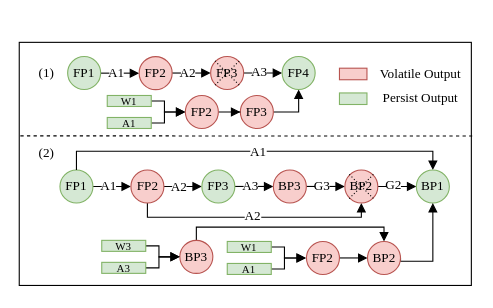
Earlier version of the draw.io diagram fig/recovery.drawio (icszhr/NCheck). Source tidied: cells renumbered, new cells numbered last; positions are measured from the earlier drawing's top-left corner, leaving out a move shared by most shapes. Both pictures are drawn from the tidied source at 110%, with x=0, y=0 at pixel (19, 42).
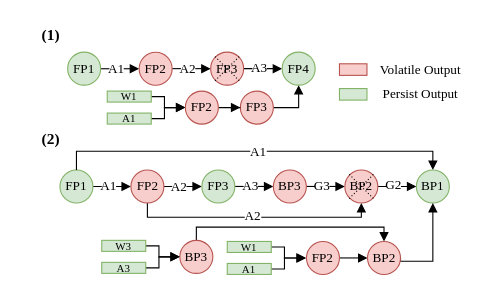
The same diagram, later.

Change to the diagram source:
```diff
@@
-    <mxCell id="2" style="rounded=0;whiteSpace=wrap;html=1;arcSize=6;strokeWidth=1;fontFamily=Times New Roman;" parent="1" vertex="1">
-      <mxGeometry width="411" height="221" as="geometry" />
-    </mxCell>
@@
     <mxCell id="4" value="FP3" style="ellipse;whiteSpace=wrap;html=1;fillColor=#f8cecc;strokeColor=#b85450;fontFamily=Times New Roman;" parent="1" vertex="1">
-      <mxGeometry x="201" y="48.3" width="30" height="30" as="geometry" />
+      <mxGeometry x="201" y="44.3" width="30" height="30" as="geometry" />
     </mxCell>
     <mxCell id="5" style="edgeStyle=orthogonalEdgeStyle;rounded=0;jettySize=auto;html=1;entryX=0;entryY=0.5;entryDx=0;entryDy=0;endArrow=block;endFill=1;fontFamily=Times New Roman;" parent="1" edge="1" source="6">
       <mxGeometry relative="1" as="geometry">
-        <mxPoint x="151" y="63.3" as="targetPoint" />
+        <mxPoint x="151" y="59.3" as="targetPoint" />
         <Array as="points">
-          <mxPoint x="132" y="53.3" />
-          <mxPoint x="132" y="63.3" />
+          <mxPoint x="132" y="49.3" />
+          <mxPoint x="132" y="59.3" />
         </Array>
       </mxGeometry>
     </mxCell>
     <mxCell id="6" value="&lt;p style=&quot;line-height: 100%;&quot;&gt;&lt;font style=&quot;font-size: 10px;&quot;&gt;W1&lt;/font&gt;&lt;/p&gt;" style="rounded=0;whiteSpace=wrap;html=1;align=center;fillColor=#d5e8d4;strokeColor=#82b366;fontFamily=Times New Roman;" parent="1" vertex="1">
-      <mxGeometry x="80" y="48.3" width="40" height="10" as="geometry" />
+      <mxGeometry x="80" y="44.3" width="40" height="10" as="geometry" />
     </mxCell>
     <mxCell id="7" style="edgeStyle=orthogonalEdgeStyle;rounded=0;jettySize=auto;html=1;entryX=0;entryY=0.5;entryDx=0;entryDy=0;endArrow=block;endFill=1;fontFamily=Times New Roman;" parent="1" edge="1" source="8">
       <mxGeometry relative="1" as="geometry">
-        <mxPoint x="151" y="63.3" as="targetPoint" />
+        <mxPoint x="151" y="59.3" as="targetPoint" />
         <Array as="points">
-          <mxPoint x="132" y="73.3" />
-          <mxPoint x="132" y="63.3" />
+          <mxPoint x="132" y="69.3" />
+          <mxPoint x="132" y="59.3" />
         </Array>
       </mxGeometry>
     </mxCell>
     <mxCell id="8" value="&lt;p style=&quot;line-height: 100%;&quot;&gt;&lt;font style=&quot;font-size: 10px;&quot;&gt;A1&lt;/font&gt;&lt;/p&gt;" style="rounded=0;whiteSpace=wrap;html=1;fillColor=#d5e8d4;strokeColor=#82b366;fontFamily=Times New Roman;" parent="1" vertex="1">
-      <mxGeometry x="80" y="68.3" width="40" height="10" as="geometry" />
+      <mxGeometry x="80" y="64.3" width="40" height="10" as="geometry" />
     </mxCell>
@@
-    <mxCell id="25" value="(1)" style="text;html=1;align=center;verticalAlign=middle;whiteSpace=wrap;rounded=0;fontFamily=Times New Roman;" parent="1" vertex="1">
-      <mxGeometry x="15" y="13" width="20" height="30" as="geometry" />
+    <mxCell id="25" value="&lt;font style=&quot;font-size: 14px;&quot;&gt;&lt;b&gt;(1)&lt;/b&gt;&lt;/font&gt;" style="text;html=1;align=center;verticalAlign=middle;whiteSpace=wrap;rounded=0;fontFamily=Times New Roman;" parent="1" vertex="1">
+      <mxGeometry x="19" y="-21.1" width="20" height="30" as="geometry" />
     </mxCell>
-    <mxCell id="26" value="(2)" style="text;html=1;align=center;verticalAlign=middle;whiteSpace=wrap;rounded=0;fontFamily=Times New Roman;" parent="1" vertex="1">
-      <mxGeometry x="10" y="86" width="30" height="30" as="geometry" />
+    <mxCell id="26" value="&lt;font style=&quot;font-size: 14px;&quot;&gt;&lt;b&gt;(2)&lt;/b&gt;&lt;/font&gt;" style="text;html=1;align=center;verticalAlign=middle;whiteSpace=wrap;rounded=0;fontFamily=Times New Roman;" parent="1" vertex="1">
+      <mxGeometry x="14" y="74.3" width="30" height="30" as="geometry" />
     </mxCell>
@@
     <mxCell id="28" value="FP2" style="ellipse;whiteSpace=wrap;html=1;fillColor=#f8cecc;strokeColor=#b85450;fontFamily=Times New Roman;" parent="1" vertex="1">
-      <mxGeometry x="151" y="48.3" width="30" height="30" as="geometry" />
+      <mxGeometry x="151" y="44.3" width="30" height="30" as="geometry" />
     </mxCell>
@@
     <mxCell id="45" style="rounded=0;whiteSpace=wrap;html=1;fillColor=#f8cecc;strokeColor=#b85450;fontFamily=Times New Roman;" parent="1" vertex="1">
-      <mxGeometry x="291.1" y="23.5" width="25" height="10.5" as="geometry" />
+      <mxGeometry x="291.1" y="19.5" width="25" height="10.5" as="geometry" />
     </mxCell>
     <mxCell id="46" style="rounded=0;whiteSpace=wrap;html=1;fillColor=#d5e8d4;strokeColor=#82b366;fontFamily=Times New Roman;" parent="1" vertex="1">
-      <mxGeometry x="291.1" y="46" width="25" height="10.5" as="geometry" />
+      <mxGeometry x="291.1" y="42" width="25" height="10.5" as="geometry" />
     </mxCell>
     <mxCell id="47" value="Volatile Output&amp;nbsp;" style="text;html=1;align=center;verticalAlign=middle;whiteSpace=wrap;rounded=0;fontFamily=Times New Roman;" parent="1" vertex="1">
-      <mxGeometry x="323.1" y="21.8" width="87" height="14" as="geometry" />
+      <mxGeometry x="323.1" y="17.8" width="87" height="14" as="geometry" />
     </mxCell>
     <mxCell id="48" value="Persist Output&amp;nbsp;" style="text;html=1;align=center;verticalAlign=middle;whiteSpace=wrap;rounded=0;fontFamily=Times New Roman;" parent="1" vertex="1">
-      <mxGeometry x="323.1" y="44.3" width="87" height="14" as="geometry" />
+      <mxGeometry x="323.1" y="40.3" width="87" height="14" as="geometry" />
     </mxCell>
@@
     <mxCell id="53" style="edgeStyle=orthogonalEdgeStyle;rounded=0;jettySize=auto;html=1;entryX=0;entryY=0.5;entryDx=0;entryDy=0;endArrow=block;endFill=1;fontFamily=Times New Roman;" parent="1" edge="1" source="54" target="56">
       <mxGeometry relative="1" as="geometry">
         <Array as="points">
-          <mxPoint x="59" y="28" />
-          <mxPoint x="59" y="28" />
+          <mxPoint x="59" y="24" />
+          <mxPoint x="59" y="24" />
         </Array>
       </mxGeometry>
     </mxCell>
     <mxCell id="54" value="FP1" style="ellipse;whiteSpace=wrap;html=1;fillColor=#d5e8d4;strokeColor=#82b366;fontFamily=Times New Roman;" parent="1" vertex="1">
-      <mxGeometry x="44" y="12.9" width="30" height="30" as="geometry" />
+      <mxGeometry x="44" y="8.9" width="30" height="30" as="geometry" />
     </mxCell>
     <mxCell id="55" style="edgeStyle=orthogonalEdgeStyle;rounded=0;jettySize=auto;html=1;entryX=0;entryY=0.5;entryDx=0;entryDy=0;endArrow=block;endFill=1;fontFamily=Times New Roman;" parent="1" edge="1" source="56" target="58">
       <mxGeometry relative="1" as="geometry">
         <Array as="points">
-          <mxPoint x="117" y="28" />
+          <mxPoint x="117" y="24" />
         </Array>
       </mxGeometry>
     </mxCell>
     <mxCell id="56" value="FP2" style="ellipse;whiteSpace=wrap;html=1;fillColor=#f8cecc;strokeColor=#b85450;fontFamily=Times New Roman;" parent="1" vertex="1">
-      <mxGeometry x="109" y="13" width="30" height="30" as="geometry" />
+      <mxGeometry x="109" y="9" width="30" height="30" as="geometry" />
     </mxCell>
@@
     <mxCell id="58" value="FP3" style="ellipse;whiteSpace=wrap;html=1;fillColor=#f8cecc;strokeColor=#b85450;fontFamily=Times New Roman;" parent="1" vertex="1">
-      <mxGeometry x="174" y="12.9" width="30" height="30" as="geometry" />
+      <mxGeometry x="174" y="8.9" width="30" height="30" as="geometry" />
     </mxCell>
     <mxCell id="59" style="rounded=0;orthogonalLoop=1;jettySize=auto;html=1;exitX=0;exitY=0;exitDx=0;exitDy=0;entryX=0.86;entryY=0.868;entryDx=0;entryDy=0;strokeWidth=1;dashed=1;endArrow=none;endFill=0;dashPattern=1 2;entryPerimeter=0;fontFamily=Times New Roman;" parent="1" edge="1">
       <mxGeometry relative="1" as="geometry">
-        <mxPoint x="178" y="16.9" as="sourcePoint" />
-        <mxPoint x="200" y="38.9" as="targetPoint" />
+        <mxPoint x="178" y="12.9" as="sourcePoint" />
+        <mxPoint x="200" y="34.9" as="targetPoint" />
       </mxGeometry>
     </mxCell>
     <mxCell id="60" style="rounded=0;orthogonalLoop=1;jettySize=auto;html=1;exitX=0;exitY=1;exitDx=0;exitDy=0;entryX=0.859;entryY=0.132;entryDx=0;entryDy=0;dashed=1;endArrow=none;endFill=0;dashPattern=1 2;entryPerimeter=0;fontFamily=Times New Roman;" parent="1" edge="1">
       <mxGeometry relative="1" as="geometry">
-        <mxPoint x="178" y="38.9" as="sourcePoint" />
-        <mxPoint x="200" y="16.9" as="targetPoint" />
+        <mxPoint x="178" y="34.9" as="sourcePoint" />
+        <mxPoint x="200" y="12.9" as="targetPoint" />
       </mxGeometry>
     </mxCell>
     <mxCell id="61" value="FP4" style="ellipse;whiteSpace=wrap;html=1;fillColor=#d5e8d4;strokeColor=#82b366;fontFamily=Times New Roman;" parent="1" vertex="1">
-      <mxGeometry x="239" y="12.9" width="30" height="30" as="geometry" />
+      <mxGeometry x="239" y="8.9" width="30" height="30" as="geometry" />
     </mxCell>
     <mxCell id="62" value="A3" style="text;html=1;align=center;verticalAlign=middle;whiteSpace=wrap;rounded=0;fillColor=default;fontFamily=Times New Roman;" parent="1" vertex="1">
-      <mxGeometry x="212" y="16.9" width="13" height="20" as="geometry" />
+      <mxGeometry x="212" y="12.9" width="13" height="20" as="geometry" />
     </mxCell>
     <mxCell id="63" value="A2" style="text;html=1;align=center;verticalAlign=middle;whiteSpace=wrap;rounded=0;fillColor=default;fontFamily=Times New Roman;" parent="1" vertex="1">
-      <mxGeometry x="147" y="17.9" width="13" height="20" as="geometry" />
+      <mxGeometry x="147" y="13.9" width="13" height="20" as="geometry" />
     </mxCell>
     <mxCell id="64" value="A1" style="text;html=1;align=center;verticalAlign=middle;whiteSpace=wrap;rounded=0;fillColor=default;fontFamily=Times New Roman;" parent="1" vertex="1">
-      <mxGeometry x="82" y="18" width="13" height="20" as="geometry" />
+      <mxGeometry x="82" y="14" width="13" height="20" as="geometry" />
     </mxCell>
-    <mxCell id="65" style="endArrow=none;dashed=1;html=1;rounded=0;entryX=1.002;entryY=0.347;entryDx=0;entryDy=0;entryPerimeter=0;strokeWidth=1;fontFamily=Times New Roman;" parent="1" edge="1">
-      <mxGeometry relative="1" as="geometry">
-        <mxPoint x="1" y="85" as="sourcePoint" />
-        <mxPoint x="411.8" y="85.2" as="targetPoint" />
-      </mxGeometry>
-    </mxCell>
```
